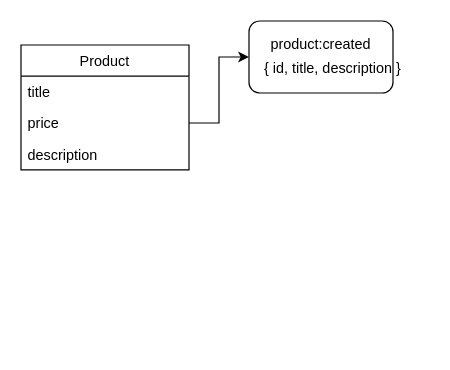
Above: docs/services/product.drawio in sikozonpc/e-commerce (draw.io), before the change. Source tidied: cells renumbered, new cells numbered last; positions are measured from the earlier drawing's top-left corner, leaving out a move shared by most shapes. Both pictures are drawn from the tidied source at 120%, with x=0, y=0 at pixel (20, 20).
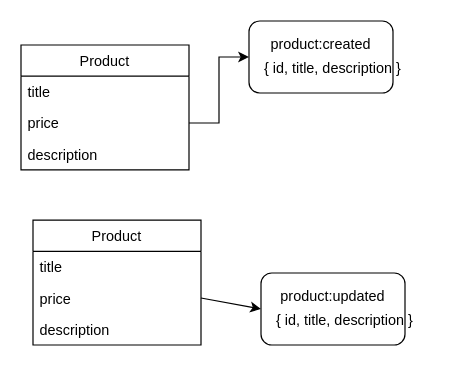
After the change.

Diff of the diagram source:
```diff
@@
 <mxGraphModel>
   <root>
     <mxCell id="0" />
     <mxCell id="1" parent="0" />
     <mxCell id="2" value="Product" style="swimlane;fontStyle=0;horizontal=1;startSize=26;" parent="1" vertex="1">
       <mxGeometry y="20" width="140" height="104" as="geometry" />
     </mxCell>
     <mxCell id="3" value="title" style="text;strokeColor=none;fillColor=none;align=left;verticalAlign=top;spacingLeft=4;spacingRight=4;overflow=hidden;" parent="2" vertex="1">
       <mxGeometry y="26" width="140" height="26" as="geometry" />
     </mxCell>
     <mxCell id="4" value="price" style="text;strokeColor=none;fillColor=none;align=left;verticalAlign=top;spacingLeft=4;spacingRight=4;overflow=hidden;points=[[0,0.5],[1,0.5]];portConstraint=eastwest;" parent="2" vertex="1">
       <mxGeometry y="52" width="140" height="26" as="geometry" />
     </mxCell>
     <mxCell id="5" value="description" style="text;strokeColor=none;fillColor=none;align=left;verticalAlign=top;spacingLeft=4;spacingRight=4;overflow=hidden;" parent="2" vertex="1">
       <mxGeometry y="78" width="140" height="26" as="geometry" />
     </mxCell>
     <mxCell id="6" style="rounded=1;whiteSpace=wrap;html=1;" parent="1" vertex="1">
       <mxGeometry x="190" width="120" height="60" as="geometry" />
     </mxCell>
     <mxCell id="7" value="product:created" style="text;html=1;strokeColor=none;fillColor=none;align=center;verticalAlign=middle;whiteSpace=wrap;rounded=0;" parent="1" vertex="1">
       <mxGeometry x="230" y="10" width="40" height="20" as="geometry" />
     </mxCell>
     <mxCell id="8" value="{ id, title, description }" style="text;html=1;strokeColor=none;fillColor=none;align=center;verticalAlign=middle;whiteSpace=wrap;rounded=0;" parent="1" vertex="1">
       <mxGeometry x="190" y="30" width="140" height="20" as="geometry" />
     </mxCell>
     <mxCell id="9" style="edgeStyle=orthogonalEdgeStyle;rounded=0;jettySize=auto;html=1;entryX=0;entryY=0.5;entryDx=0;entryDy=0;" parent="1" edge="1" source="4" target="6">
       <mxGeometry relative="1" as="geometry" />
     </mxCell>
+    <mxCell id="10" style="rounded=1;whiteSpace=wrap;html=1;" parent="1" vertex="1">
+      <mxGeometry x="200" y="210" width="120" height="60" as="geometry" />
+    </mxCell>
+    <mxCell id="11" value="product:updated" style="text;html=1;strokeColor=none;fillColor=none;align=center;verticalAlign=middle;whiteSpace=wrap;rounded=0;" parent="1" vertex="1">
+      <mxGeometry x="240" y="220" width="40" height="20" as="geometry" />
+    </mxCell>
+    <mxCell id="12" value="{ id, title, description }" style="text;html=1;strokeColor=none;fillColor=none;align=center;verticalAlign=middle;whiteSpace=wrap;rounded=0;" parent="1" vertex="1">
+      <mxGeometry x="200" y="240" width="140" height="20" as="geometry" />
+    </mxCell>
+    <mxCell id="13" style="edgeStyle=none;html=1;entryX=0;entryY=0;entryDx=0;entryDy=0;" parent="1" edge="1" source="14" target="12">
+      <mxGeometry relative="1" as="geometry" />
+    </mxCell>
+    <mxCell id="14" value="Product" style="swimlane;fontStyle=0;horizontal=1;startSize=26;" parent="1" vertex="1">
+      <mxGeometry x="10" y="166" width="140" height="104" as="geometry" />
+    </mxCell>
+    <mxCell id="15" value="title" style="text;strokeColor=none;fillColor=none;align=left;verticalAlign=top;spacingLeft=4;spacingRight=4;overflow=hidden;" parent="14" vertex="1">
+      <mxGeometry y="26" width="140" height="26" as="geometry" />
+    </mxCell>
+    <mxCell id="16" value="price" style="text;strokeColor=none;fillColor=none;align=left;verticalAlign=top;spacingLeft=4;spacingRight=4;overflow=hidden;" parent="14" vertex="1">
+      <mxGeometry y="52" width="140" height="26" as="geometry" />
+    </mxCell>
+    <mxCell id="17" value="description" style="text;strokeColor=none;fillColor=none;align=left;verticalAlign=top;spacingLeft=4;spacingRight=4;overflow=hidden;" parent="14" vertex="1">
+      <mxGeometry y="78" width="140" height="26" as="geometry" />
+    </mxCell>
   </root>
 </mxGraphModel>
```
